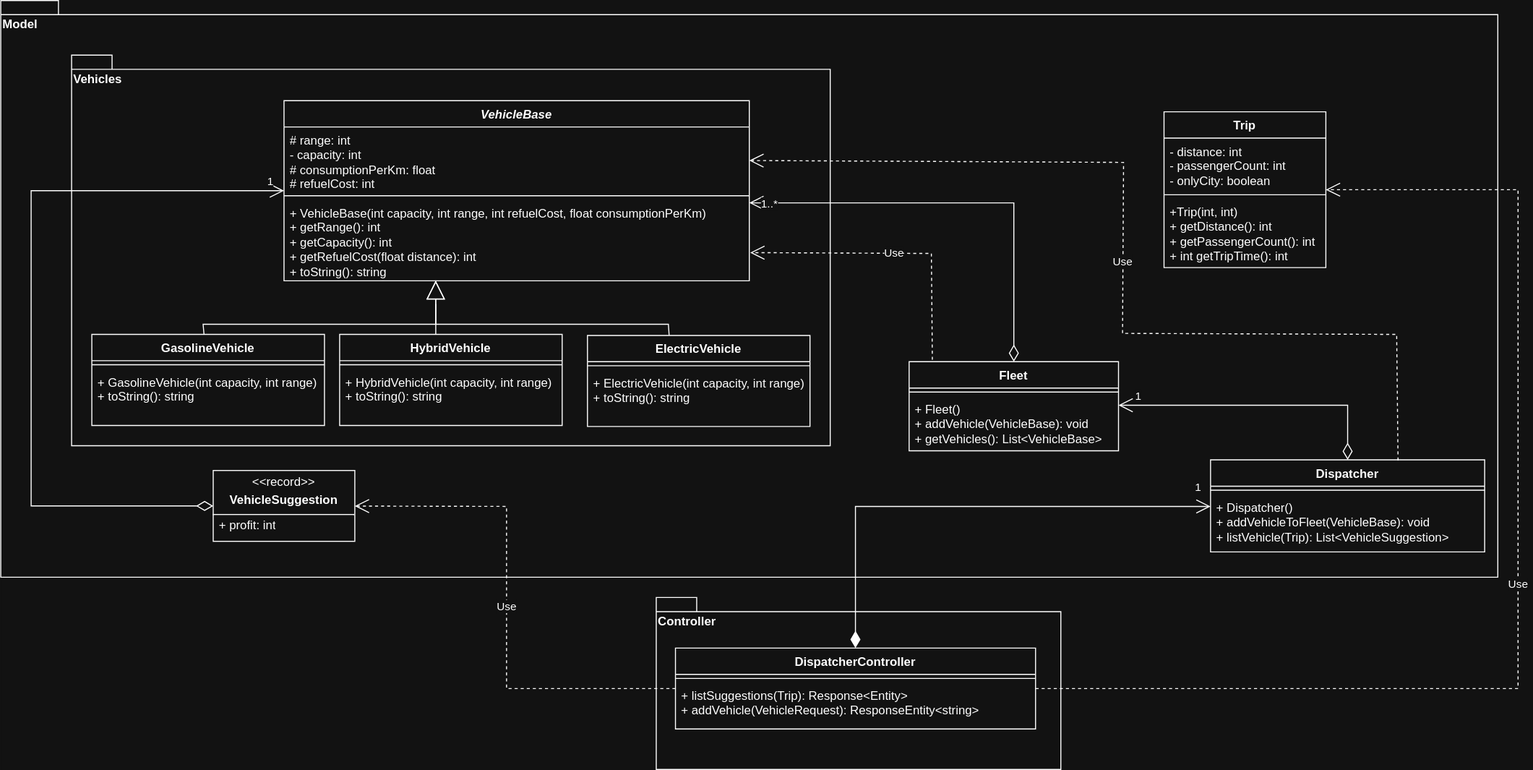
Before: ClassDiagram.svg, a diagram exported from draw.io (csnorbi11/SoftDevInternAssignment). Source tidied: cells renumbered, new cells last; positions are measured from the earlier drawing's top-left corner, leaving out a move shared by most shapes.
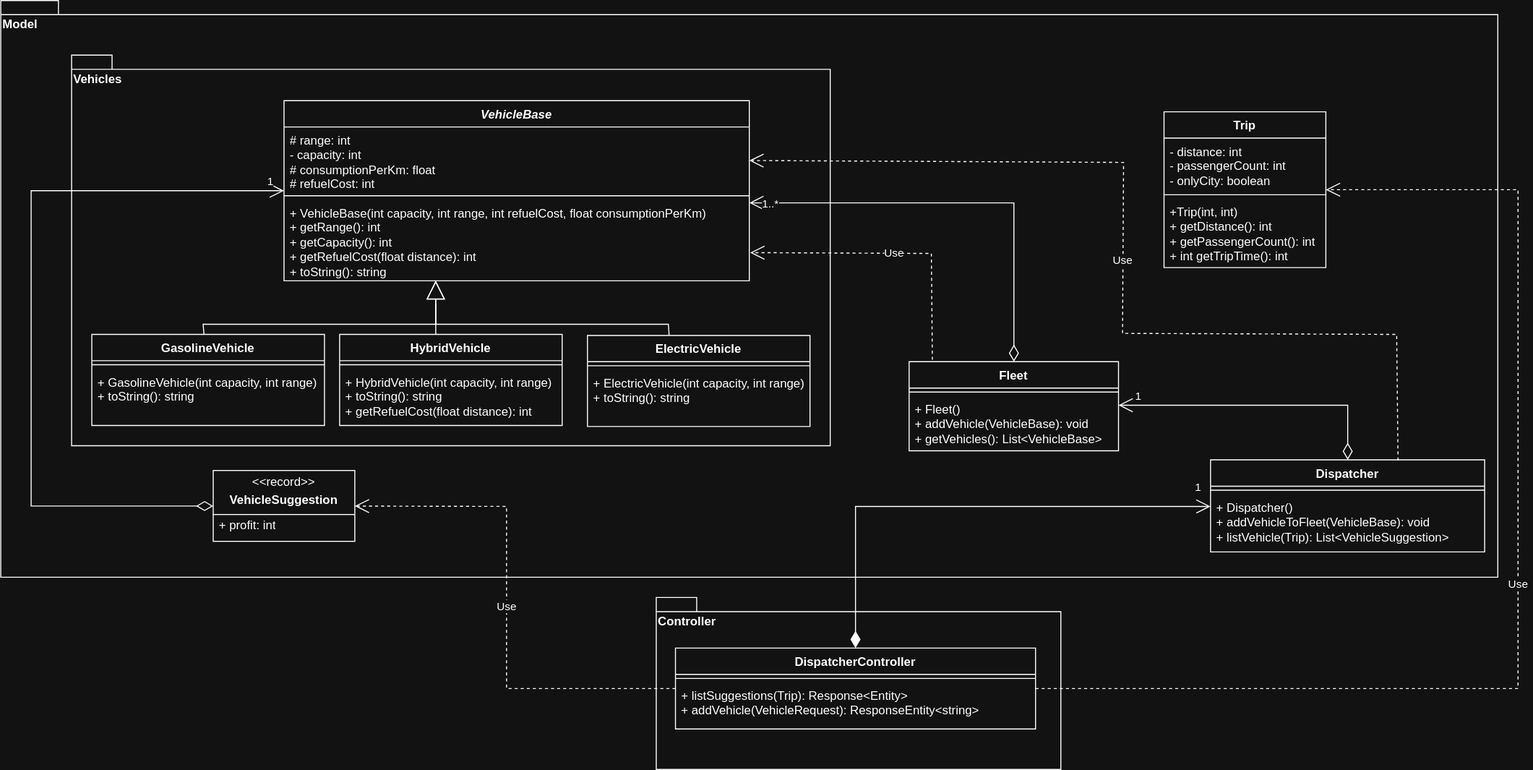
After the change.

Diff of the diagram source:
```diff
@@ -155,7 +155,7 @@
     <mxCell id="38" style="line;strokeWidth=1;fillColor=none;align=left;verticalAlign=middle;spacingTop=-1;spacingLeft=3;spacingRight=3;labelPosition=right;strokeColor=inherit;" parent="37" vertex="1">
       <mxGeometry y="26" width="220" height="8" as="geometry" />
     </mxCell>
-    <mxCell id="39" value="&lt;div&gt;+ HybridVehicle(int capacity, int range)&lt;/div&gt;+ toString(): string" style="text;strokeColor=none;fillColor=none;align=left;verticalAlign=top;spacingLeft=4;spacingRight=4;overflow=hidden;whiteSpace=wrap;html=1;" parent="37" vertex="1">
+    <mxCell id="39" value="&lt;div&gt;+ HybridVehicle(int capacity, int range)&lt;/div&gt;+ toString(): string&lt;div&gt;+ getRefuelCost(float distance): int&lt;/div&gt;" style="text;strokeColor=none;fillColor=none;align=left;verticalAlign=top;spacingLeft=4;spacingRight=4;overflow=hidden;whiteSpace=wrap;html=1;" parent="37" vertex="1">
       <mxGeometry y="34" width="220" height="56" as="geometry" />
     </mxCell>
     <mxCell id="40" value="ElectricVehicle" style="swimlane;fontStyle=1;align=center;verticalAlign=top;horizontal=1;startSize=26;whiteSpace=wrap;html=1;" parent="1" vertex="1">
```
